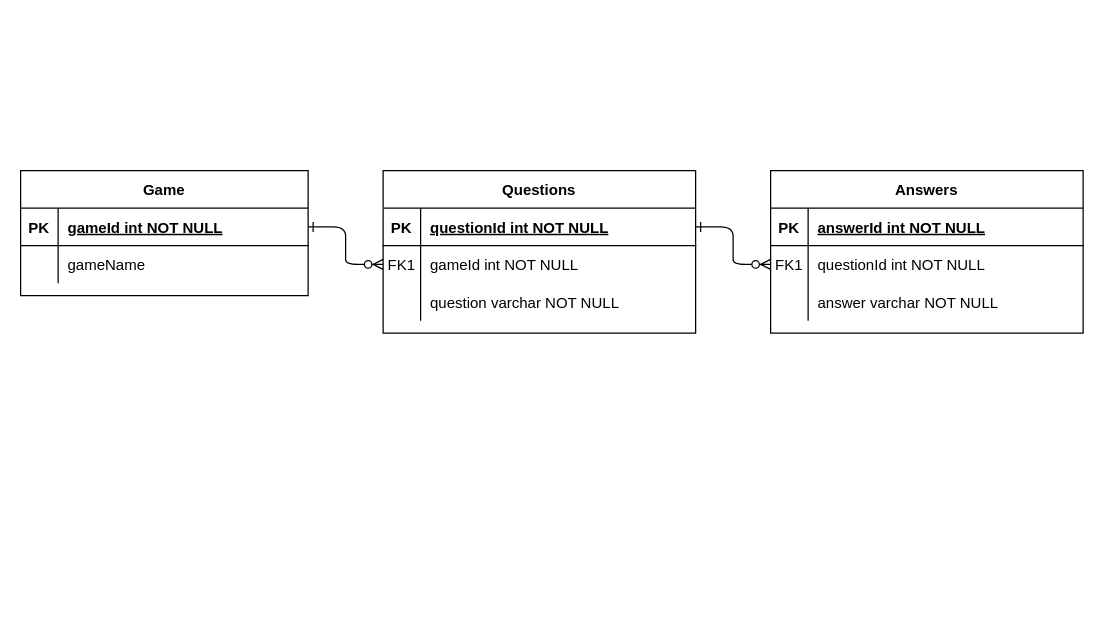
Earlier version of the draw.io diagram teamFeudDB.drawio (cjscholl/team-feud). Source tidied: cells renumbered, new cells numbered last; positions are measured from the earlier drawing's top-left corner, leaving out a move shared by most shapes. Both pictures are drawn from the tidied source at 125%, with x=0, y=0 at pixel (20, 170).
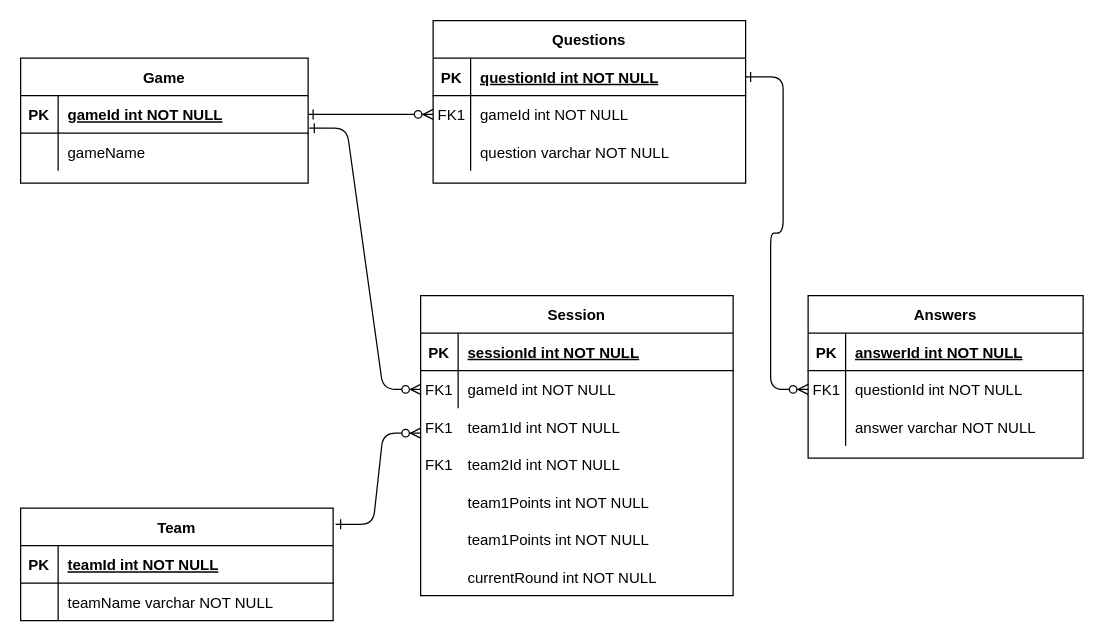
The same diagram, later.

The change refers to these unchanged cells:
```xml
<mxCell id="5" style="shape=partialRectangle;fillColor=none;points=[[0,0.5],[1,0.5]];portConstraint=eastwest;top=0;left=0;right=0;bottom=1;" parent="4" vertex="1">
  <mxGeometry y="30" width="230" height="30" as="geometry" />
</mxCell>
```

Change to the diagram source:
```diff
@@
+    <mxCell id="31" style="edgeStyle=entityRelationEdgeStyle;endArrow=ERzeroToMany;startArrow=ERone;endFill=1;startFill=0;entryX=0;entryY=0.5;entryDx=0;entryDy=0;exitX=1.004;exitY=0.867;exitDx=0;exitDy=0;exitPerimeter=0;" parent="1" edge="1" source="5" target="43">
+      <mxGeometry relative="1" as="geometry" />
+    </mxCell>
+    <mxCell id="32" style="group;" parent="1" vertex="1">
+      <mxGeometry x="320" y="100" width="250" height="240" as="geometry" />
+    </mxCell>
+    <mxCell id="33" value="team1Id int NOT NULL" style="shape=partialRectangle;overflow=hidden;fillColor=none;top=0;left=0;bottom=0;right=0;align=left;spacingLeft=6;" parent="32" vertex="1">
+      <mxGeometry x="30" y="90" width="220" height="30" as="geometry" />
+    </mxCell>
+    <mxCell id="34" value="team2Id int NOT NULL" style="shape=partialRectangle;overflow=hidden;fillColor=none;top=0;left=0;bottom=0;right=0;align=left;spacingLeft=6;" parent="32" vertex="1">
+      <mxGeometry x="30" y="120" width="220" height="30" as="geometry" />
+    </mxCell>
+    <mxCell id="35" value="team1Points int NOT NULL" style="shape=partialRectangle;overflow=hidden;fillColor=none;top=0;left=0;bottom=0;right=0;align=left;spacingLeft=6;" parent="32" vertex="1">
+      <mxGeometry x="30" y="150" width="220" height="30" as="geometry" />
+    </mxCell>
+    <mxCell id="36" value="team1Points int NOT NULL" style="shape=partialRectangle;overflow=hidden;fillColor=none;top=0;left=0;bottom=0;right=0;align=left;spacingLeft=6;" parent="32" vertex="1">
+      <mxGeometry x="30" y="180" width="220" height="30" as="geometry" />
+    </mxCell>
+    <mxCell id="37" value="FK1" style="shape=partialRectangle;overflow=hidden;fillColor=none;top=0;left=0;bottom=0;right=0;" parent="32" vertex="1">
+      <mxGeometry y="90" width="30" height="30" as="geometry" />
+    </mxCell>
+    <mxCell id="38" value="FK1" style="shape=partialRectangle;overflow=hidden;fillColor=none;top=0;left=0;bottom=0;right=0;" parent="32" vertex="1">
+      <mxGeometry y="120" width="30" height="30" as="geometry" />
+    </mxCell>
+    <mxCell id="39" value="Session" style="shape=table;startSize=30;childLayout=tableLayout;rowLines=0;fontStyle=1;align=center;" parent="32" vertex="1">
+      <mxGeometry width="250" height="240" as="geometry" />
+    </mxCell>
+    <mxCell id="40" style="shape=partialRectangle;fillColor=none;top=0;left=0;right=0;bottom=1;" parent="39" vertex="1">
+      <mxGeometry y="30" width="250" height="30" as="geometry" />
+    </mxCell>
+    <mxCell id="41" value="PK" style="shape=partialRectangle;overflow=hidden;fillColor=none;top=0;left=0;bottom=0;right=0;fontStyle=1;" parent="40" vertex="1">
+      <mxGeometry width="30" height="30" as="geometry" />
+    </mxCell>
+    <mxCell id="42" value="sessionId int NOT NULL " style="shape=partialRectangle;overflow=hidden;fillColor=none;top=0;left=0;bottom=0;right=0;align=left;spacingLeft=6;fontStyle=5;" parent="40" vertex="1">
+      <mxGeometry x="30" width="220" height="30" as="geometry" />
+    </mxCell>
+    <mxCell id="43" style="shape=partialRectangle;fillColor=none;points=[[0,0.5],[1,0.5]];portConstraint=eastwest;top=0;left=0;right=0;bottom=0;" parent="39" vertex="1">
+      <mxGeometry y="60" width="250" height="30" as="geometry" />
+    </mxCell>
+    <mxCell id="44" value="FK1" style="shape=partialRectangle;overflow=hidden;fillColor=none;top=0;left=0;bottom=0;right=0;" parent="43" vertex="1">
+      <mxGeometry width="30" height="30" as="geometry" />
+    </mxCell>
+    <mxCell id="45" value="gameId int NOT NULL" style="shape=partialRectangle;overflow=hidden;fillColor=none;top=0;left=0;bottom=0;right=0;align=left;spacingLeft=6;" parent="43" vertex="1">
+      <mxGeometry x="30" width="220" height="30" as="geometry" />
+    </mxCell>
+    <mxCell id="46" style="shape=partialRectangle;fillColor=none;top=0;left=0;right=0;bottom=0;" parent="32" vertex="1">
+      <mxGeometry y="210" width="250" height="30" as="geometry" />
+    </mxCell>
+    <mxCell id="47" style="shape=partialRectangle;overflow=hidden;fillColor=none;top=0;left=0;bottom=0;right=0;" parent="46" vertex="1">
+      <mxGeometry width="30" height="30" as="geometry" />
+    </mxCell>
+    <mxCell id="48" value="currentRound int NOT NULL" style="shape=partialRectangle;overflow=hidden;fillColor=none;top=0;left=0;bottom=0;right=0;align=left;spacingLeft=6;" parent="46" vertex="1">
+      <mxGeometry x="30" width="220" height="30" as="geometry" />
+    </mxCell>
     <mxCell id="4" value="Game" style="shape=table;startSize=30;childLayout=tableLayout;rowLines=0;fontStyle=1;align=center;" parent="1" vertex="1">
-      <mxGeometry width="230" height="100" as="geometry" />
+      <mxGeometry y="-90" width="230" height="100" as="geometry" />
     </mxCell>
@@
+    <mxCell id="21" value="Questions" style="shape=table;startSize=30;childLayout=tableLayout;rowLines=0;fontStyle=1;align=center;" parent="1" vertex="1">
+      <mxGeometry x="330" y="-120" width="250" height="130" as="geometry" />
+    </mxCell>
+    <mxCell id="22" style="shape=partialRectangle;fillColor=none;points=[[0,0.5],[1,0.5]];portConstraint=eastwest;top=0;left=0;right=0;bottom=1;" parent="21" vertex="1">
+      <mxGeometry y="30" width="250" height="30" as="geometry" />
+    </mxCell>
+    <mxCell id="23" value="PK" style="shape=partialRectangle;overflow=hidden;fillColor=none;top=0;left=0;bottom=0;right=0;fontStyle=1;" parent="22" vertex="1">
+      <mxGeometry width="30" height="30" as="geometry" />
+    </mxCell>
+    <mxCell id="24" value="questionId int NOT NULL " style="shape=partialRectangle;overflow=hidden;fillColor=none;top=0;left=0;bottom=0;right=0;align=left;spacingLeft=6;fontStyle=5;" parent="22" vertex="1">
+      <mxGeometry x="30" width="220" height="30" as="geometry" />
+    </mxCell>
+    <mxCell id="25" style="shape=partialRectangle;fillColor=none;points=[[0,0.5],[1,0.5]];portConstraint=eastwest;top=0;left=0;right=0;bottom=0;" parent="21" vertex="1">
+      <mxGeometry y="60" width="250" height="30" as="geometry" />
+    </mxCell>
+    <mxCell id="26" value="FK1" style="shape=partialRectangle;overflow=hidden;fillColor=none;top=0;left=0;bottom=0;right=0;" parent="25" vertex="1">
+      <mxGeometry width="30" height="30" as="geometry" />
+    </mxCell>
+    <mxCell id="27" value="gameId int NOT NULL" style="shape=partialRectangle;overflow=hidden;fillColor=none;top=0;left=0;bottom=0;right=0;align=left;spacingLeft=6;" parent="25" vertex="1">
+      <mxGeometry x="30" width="220" height="30" as="geometry" />
+    </mxCell>
+    <mxCell id="28" style="shape=partialRectangle;fillColor=none;top=0;left=0;right=0;bottom=0;" parent="21" vertex="1">
+      <mxGeometry y="90" width="250" height="30" as="geometry" />
+    </mxCell>
+    <mxCell id="29" style="shape=partialRectangle;overflow=hidden;fillColor=none;top=0;left=0;bottom=0;right=0;" parent="28" vertex="1">
+      <mxGeometry width="30" height="30" as="geometry" />
+    </mxCell>
+    <mxCell id="30" value="question varchar NOT NULL" style="shape=partialRectangle;overflow=hidden;fillColor=none;top=0;left=0;bottom=0;right=0;align=left;spacingLeft=6;" parent="28" vertex="1">
+      <mxGeometry x="30" width="220" height="30" as="geometry" />
+    </mxCell>
+    <mxCell id="49" style="edgeStyle=entityRelationEdgeStyle;endArrow=ERzeroToMany;startArrow=ERone;endFill=1;startFill=0;exitX=1.008;exitY=0.144;exitDx=0;exitDy=0;exitPerimeter=0;" parent="1" edge="1" source="50">
+      <mxGeometry relative="1" as="geometry">
+        <mxPoint x="320" y="210" as="targetPoint" />
+      </mxGeometry>
+    </mxCell>
+    <mxCell id="50" value="Team" style="shape=table;startSize=30;childLayout=tableLayout;rowLines=0;fontStyle=1;align=center;" parent="1" vertex="1">
+      <mxGeometry y="270" width="250" height="90" as="geometry" />
+    </mxCell>
+    <mxCell id="51" style="shape=partialRectangle;fillColor=none;top=0;left=0;right=0;bottom=1;" parent="50" vertex="1">
+      <mxGeometry y="30" width="250" height="30" as="geometry" />
+    </mxCell>
+    <mxCell id="52" value="PK" style="shape=partialRectangle;overflow=hidden;fillColor=none;top=0;left=0;bottom=0;right=0;fontStyle=1;" parent="51" vertex="1">
+      <mxGeometry width="30" height="30" as="geometry" />
+    </mxCell>
+    <mxCell id="53" value="teamId int NOT NULL " style="shape=partialRectangle;overflow=hidden;fillColor=none;top=0;left=0;bottom=0;right=0;align=left;spacingLeft=6;fontStyle=5;" parent="51" vertex="1">
+      <mxGeometry x="30" width="220" height="30" as="geometry" />
+    </mxCell>
+    <mxCell id="54" style="shape=partialRectangle;fillColor=none;top=0;left=0;right=0;bottom=0;" parent="50" vertex="1">
+      <mxGeometry y="60" width="250" height="30" as="geometry" />
+    </mxCell>
+    <mxCell id="55" style="shape=partialRectangle;overflow=hidden;fillColor=none;top=0;left=0;bottom=0;right=0;" parent="54" vertex="1">
+      <mxGeometry width="30" height="30" as="geometry" />
+    </mxCell>
+    <mxCell id="56" value="teamName varchar NOT NULL" style="shape=partialRectangle;overflow=hidden;fillColor=none;top=0;left=0;bottom=0;right=0;align=left;spacingLeft=6;" parent="54" vertex="1">
+      <mxGeometry x="30" width="220" height="30" as="geometry" />
+    </mxCell>
     <mxCell id="11" value="Answers" style="shape=table;startSize=30;childLayout=tableLayout;rowLines=0;fontStyle=1;align=center;" parent="1" vertex="1">
-      <mxGeometry x="600" width="250" height="130" as="geometry" />
+      <mxGeometry x="630" y="100" width="220" height="130" as="geometry" />
     </mxCell>
     <mxCell id="12" style="shape=partialRectangle;fillColor=none;top=0;left=0;right=0;bottom=1;" parent="11" vertex="1">
-      <mxGeometry y="30" width="250" height="30" as="geometry" />
+      <mxGeometry y="30" width="220" height="30" as="geometry" />
     </mxCell>
@@
     <mxCell id="14" value="answerId int NOT NULL " style="shape=partialRectangle;overflow=hidden;fillColor=none;top=0;left=0;bottom=0;right=0;align=left;spacingLeft=6;fontStyle=5;" parent="12" vertex="1">
-      <mxGeometry x="30" width="220" height="30" as="geometry" />
+      <mxGeometry x="30" width="190" height="30" as="geometry" />
     </mxCell>
     <mxCell id="15" style="shape=partialRectangle;fillColor=none;points=[[0,0.5],[1,0.5]];portConstraint=eastwest;top=0;left=0;right=0;bottom=0;" parent="11" vertex="1">
-      <mxGeometry y="60" width="250" height="30" as="geometry" />
+      <mxGeometry y="60" width="220" height="30" as="geometry" />
     </mxCell>
@@
     <mxCell id="17" value="questionId int NOT NULL" style="shape=partialRectangle;overflow=hidden;fillColor=none;top=0;left=0;bottom=0;right=0;align=left;spacingLeft=6;" parent="15" vertex="1">
-      <mxGeometry x="30" width="220" height="30" as="geometry" />
+      <mxGeometry x="30" width="190" height="30" as="geometry" />
     </mxCell>
     <mxCell id="18" style="shape=partialRectangle;fillColor=none;top=0;left=0;right=0;bottom=0;" parent="11" vertex="1">
-      <mxGeometry y="90" width="250" height="30" as="geometry" />
+      <mxGeometry y="90" width="220" height="30" as="geometry" />
     </mxCell>
@@
     <mxCell id="20" value="answer varchar NOT NULL" style="shape=partialRectangle;overflow=hidden;fillColor=none;top=0;left=0;bottom=0;right=0;align=left;spacingLeft=6;" parent="18" vertex="1">
-      <mxGeometry x="30" width="220" height="30" as="geometry" />
+      <mxGeometry x="30" width="190" height="30" as="geometry" />
     </mxCell>
-    <mxCell id="21" value="Questions" style="shape=table;startSize=30;childLayout=tableLayout;rowLines=0;fontStyle=1;align=center;" parent="1" vertex="1">
-      <mxGeometry x="290" width="250" height="130" as="geometry" />
-    </mxCell>
-    <mxCell id="22" style="shape=partialRectangle;fillColor=none;points=[[0,0.5],[1,0.5]];portConstraint=eastwest;top=0;left=0;right=0;bottom=1;" parent="21" vertex="1">
-      <mxGeometry y="30" width="250" height="30" as="geometry" />
-    </mxCell>
-    <mxCell id="23" value="PK" style="shape=partialRectangle;overflow=hidden;fillColor=none;top=0;left=0;bottom=0;right=0;fontStyle=1;" parent="22" vertex="1">
-      <mxGeometry width="30" height="30" as="geometry" />
-    </mxCell>
-    <mxCell id="24" value="questionId int NOT NULL " style="shape=partialRectangle;overflow=hidden;fillColor=none;top=0;left=0;bottom=0;right=0;align=left;spacingLeft=6;fontStyle=5;" parent="22" vertex="1">
-      <mxGeometry x="30" width="220" height="30" as="geometry" />
-    </mxCell>
-    <mxCell id="25" style="shape=partialRectangle;fillColor=none;points=[[0,0.5],[1,0.5]];portConstraint=eastwest;top=0;left=0;right=0;bottom=0;" parent="21" vertex="1">
-      <mxGeometry y="60" width="250" height="30" as="geometry" />
-    </mxCell>
-    <mxCell id="26" value="FK1" style="shape=partialRectangle;overflow=hidden;fillColor=none;top=0;left=0;bottom=0;right=0;" parent="25" vertex="1">
-      <mxGeometry width="30" height="30" as="geometry" />
-    </mxCell>
-    <mxCell id="27" value="gameId int NOT NULL" style="shape=partialRectangle;overflow=hidden;fillColor=none;top=0;left=0;bottom=0;right=0;align=left;spacingLeft=6;" parent="25" vertex="1">
-      <mxGeometry x="30" width="220" height="30" as="geometry" />
-    </mxCell>
-    <mxCell id="28" style="shape=partialRectangle;fillColor=none;top=0;left=0;right=0;bottom=0;" parent="21" vertex="1">
-      <mxGeometry y="90" width="250" height="30" as="geometry" />
-    </mxCell>
-    <mxCell id="29" style="shape=partialRectangle;overflow=hidden;fillColor=none;top=0;left=0;bottom=0;right=0;" parent="28" vertex="1">
-      <mxGeometry width="30" height="30" as="geometry" />
-    </mxCell>
-    <mxCell id="30" value="question varchar NOT NULL" style="shape=partialRectangle;overflow=hidden;fillColor=none;top=0;left=0;bottom=0;right=0;align=left;spacingLeft=6;" parent="28" vertex="1">
-      <mxGeometry x="30" width="220" height="30" as="geometry" />
-    </mxCell>
```
